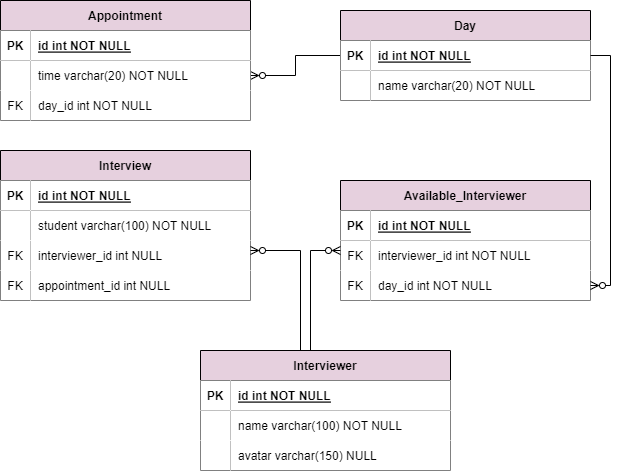
adlascio-instructor/final-project-interview-scheduler-interview-scheduler-week-5 keeps this draw.io diagram as ERD_InterviewScheduler.png. Above is the earlier version. Source tidied: cells renumbered, new cells last; positions are measured from the earlier drawing's top-left corner, leaving out a move shared by most shapes.
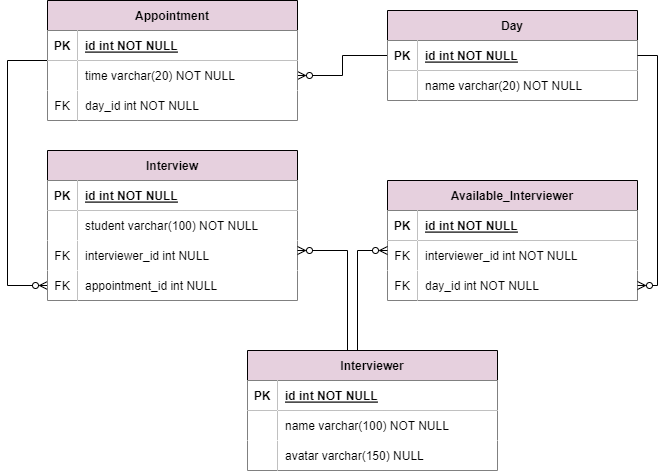
Later version of the same file.

The edit, as a diff of the source:
```diff
@@ -56,6 +56,14 @@
     <mxCell id="19" value="day_id int NOT NULL" style="shape=partialRectangle;overflow=hidden;fillColor=#FFFFFF;top=0;left=0;bottom=0;right=0;align=left;spacingLeft=6;" parent="17" vertex="1">
       <mxGeometry x="30" width="220" height="30" as="geometry" />
     </mxCell>
+    <mxCell id="56" style="edgeStyle=orthogonalEdgeStyle;rounded=0;jettySize=auto;html=1;endArrow=ERzeroToMany;endFill=0;" parent="1" edge="1" source="20" target="40">
+      <mxGeometry relative="1" as="geometry">
+        <Array as="points">
+          <mxPoint x="-40" y="60" />
+          <mxPoint x="-40" y="285" />
+        </Array>
+      </mxGeometry>
+    </mxCell>
     <mxCell id="20" value="Appointment" style="shape=table;startSize=30;rowLines=0;fontStyle=1;align=center;fillColor=#E6D0DE;" parent="1" vertex="1">
       <mxGeometry width="250" height="120" as="geometry" />
     </mxCell>
```
